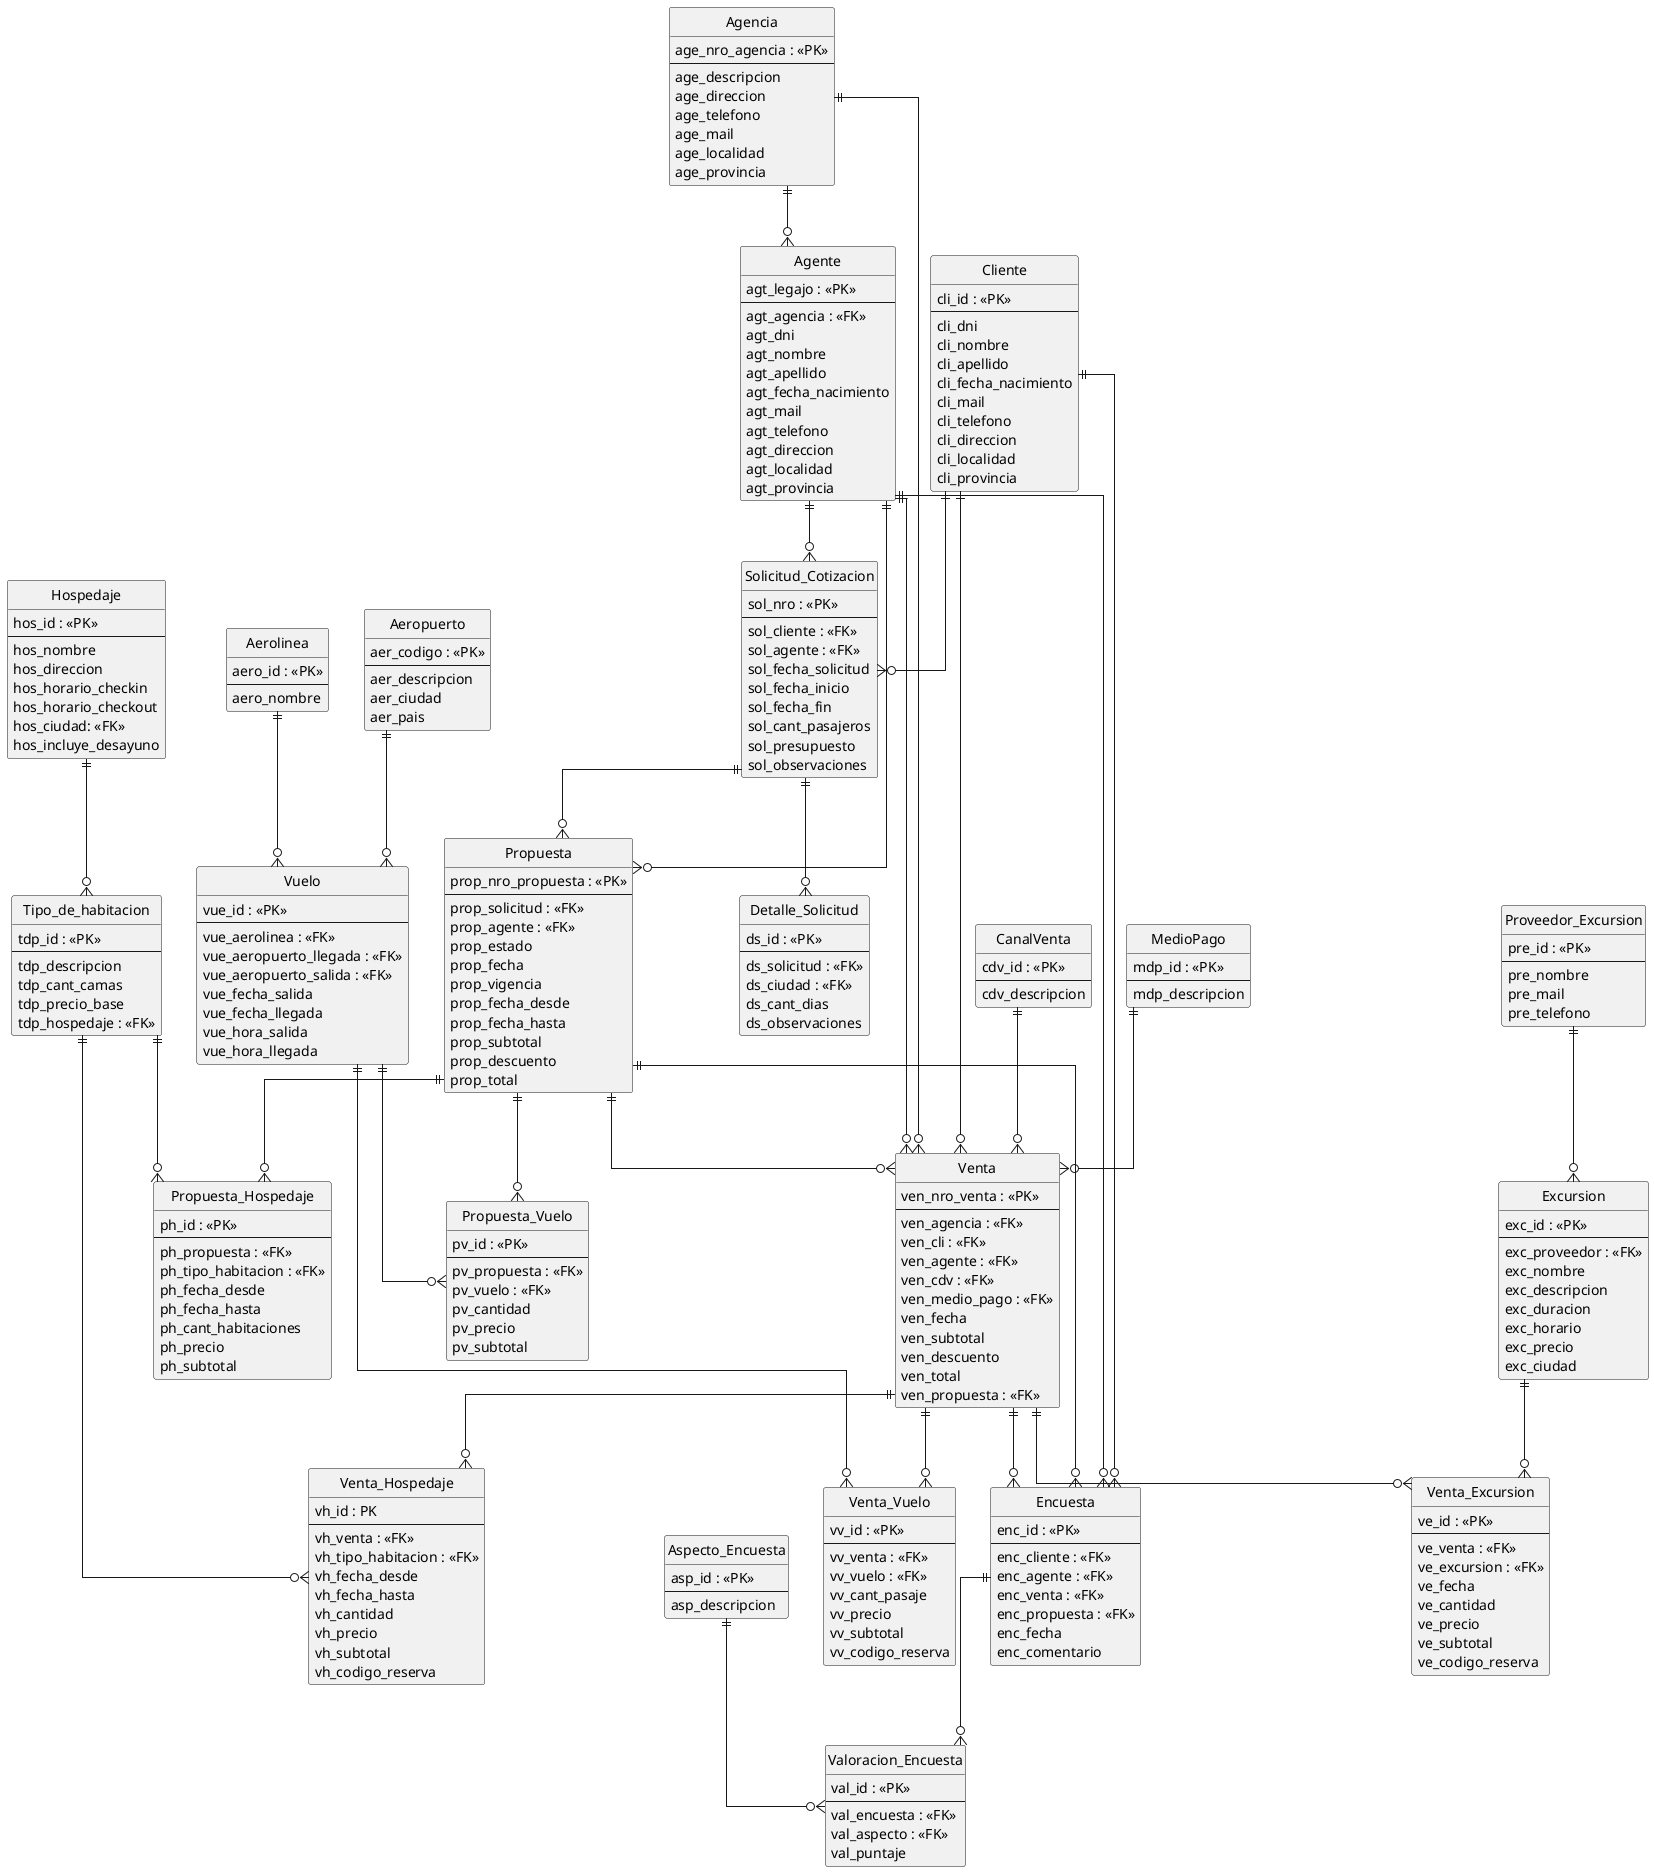
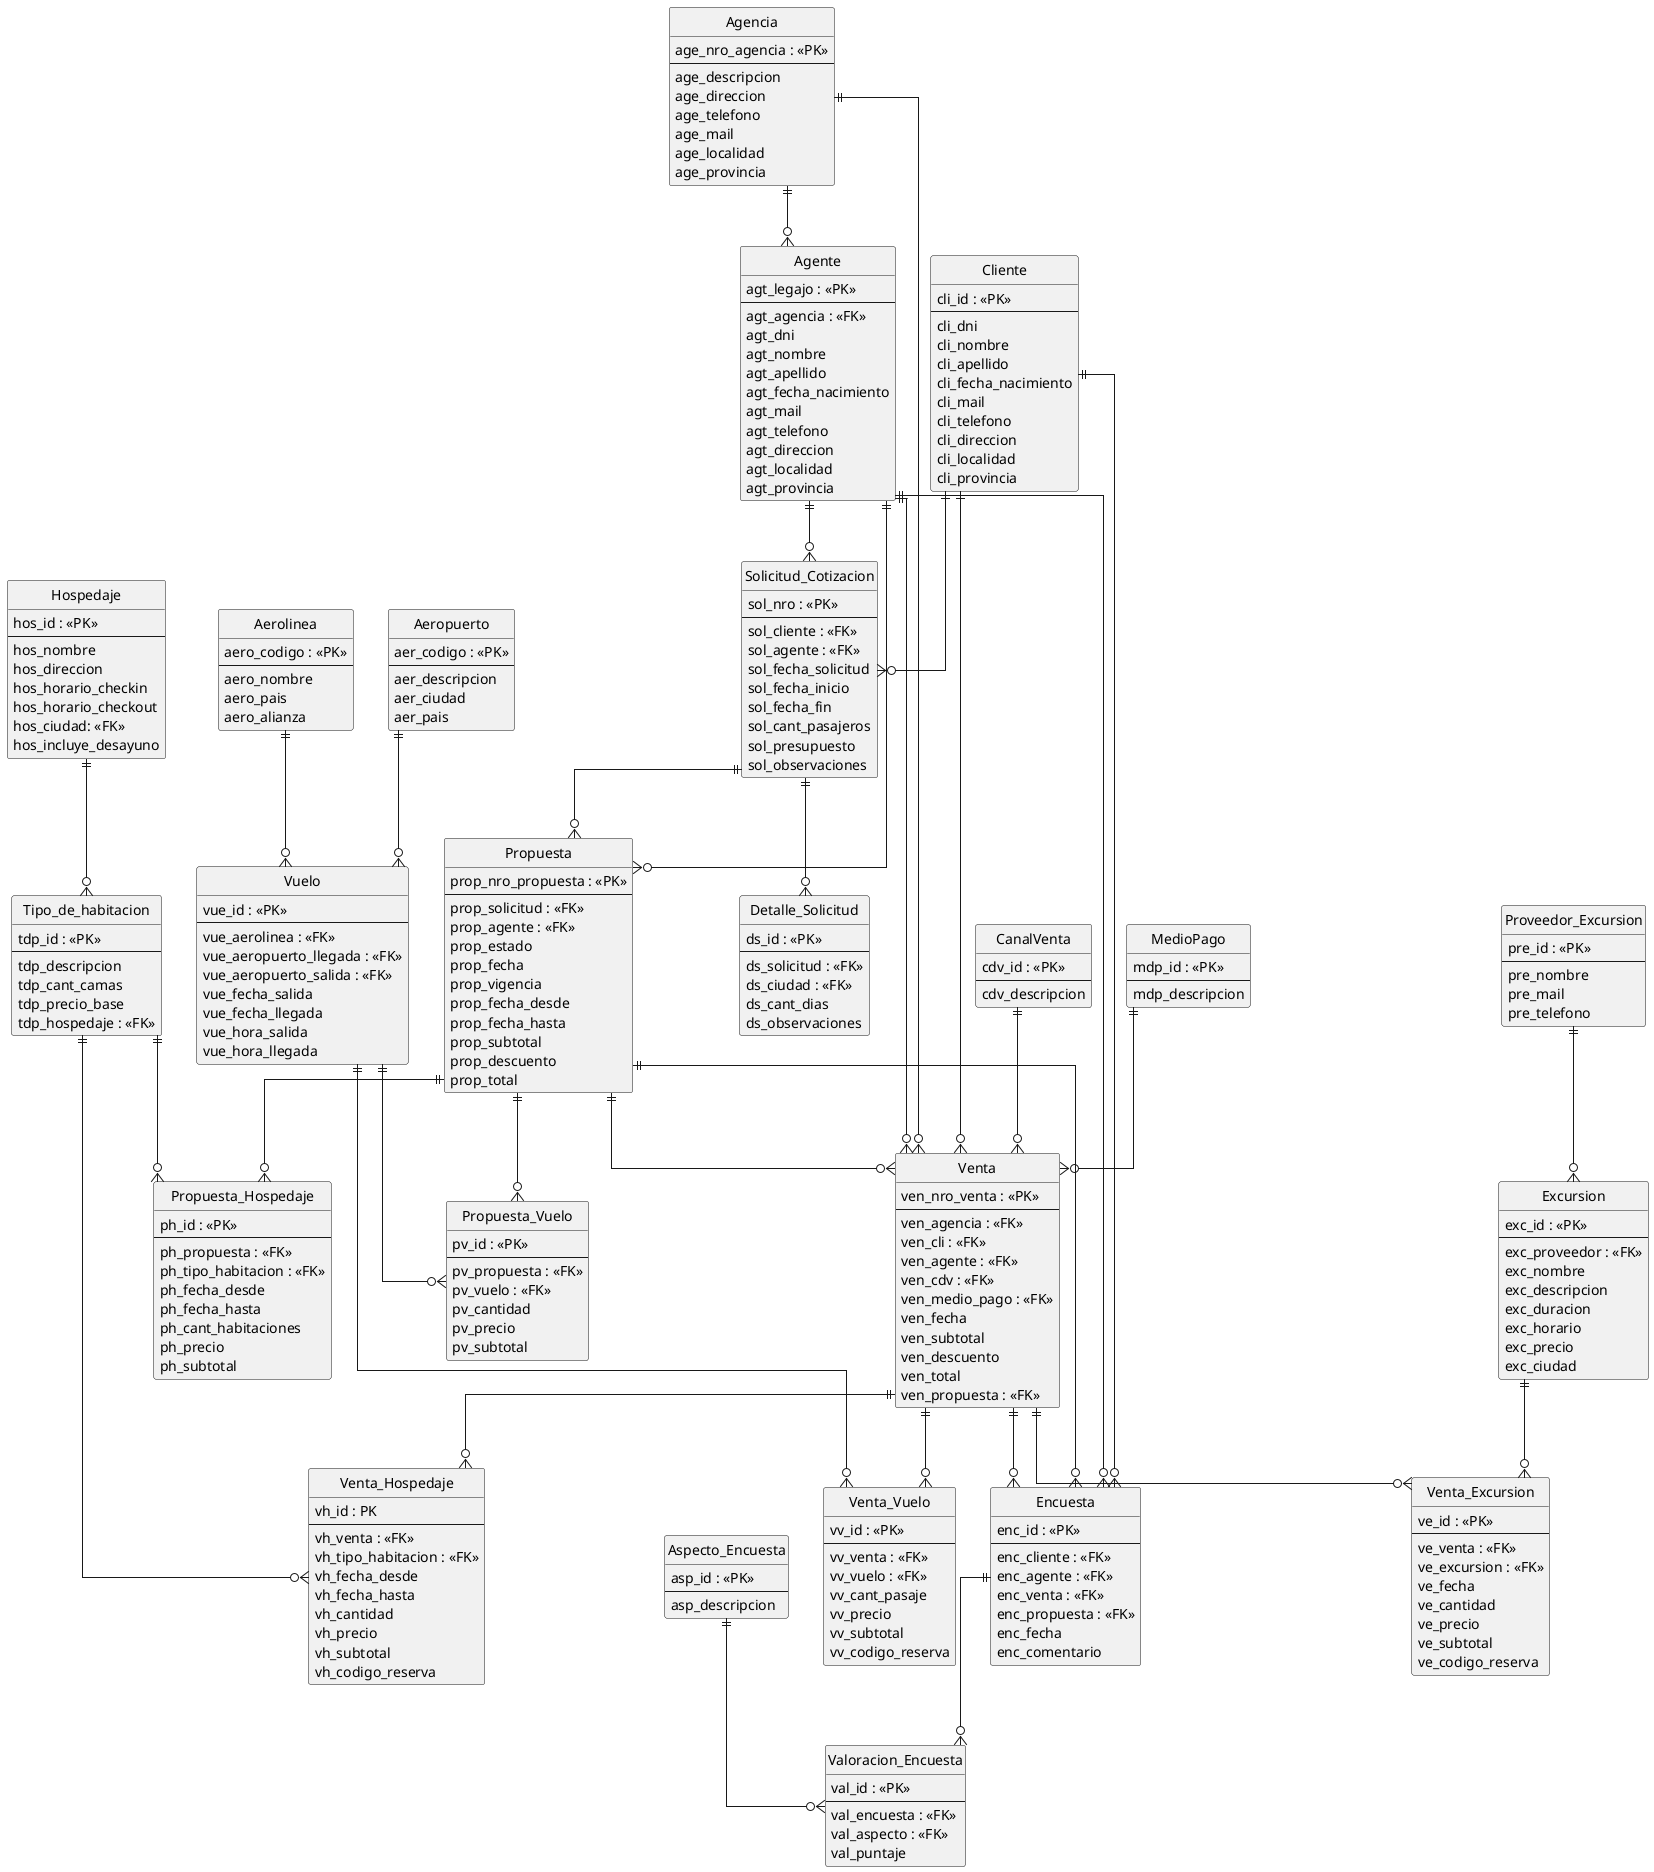
@startuml
hide circle
skinparam linetype ortho

entity Agencia {
  age_nro_agencia : <<PK>>
  --
  age_descripcion
  age_direccion
  age_telefono
  age_mail
  age_localidad
  age_provincia
}

entity Cliente {
  cli_id : <<PK>>
  --
  cli_dni
  cli_nombre
  cli_apellido
  cli_fecha_nacimiento
  cli_mail
  cli_telefono
  cli_direccion
  cli_localidad
  cli_provincia
}

entity Agente {
  agt_legajo : <<PK>>
  --
  agt_agencia : <<FK>>
  agt_dni
  agt_nombre
  agt_apellido
  agt_fecha_nacimiento
  agt_mail
  agt_telefono
  agt_direccion
  agt_localidad
  agt_provincia
}

entity CanalVenta {
  cdv_id : <<PK>>
  --
  cdv_descripcion
}

entity MedioPago {
  mdp_id : <<PK>>
  --
  mdp_descripcion
}

entity Aerolinea {
-   aero_id : <<PK>>
+   aero_codigo : <<PK>>
  --
  aero_nombre
+   aero_pais
+   aero_alianza
}

entity Aeropuerto {
  aer_codigo : <<PK>>
  --
  aer_descripcion
  aer_ciudad
  aer_pais
}

entity Vuelo {
  vue_id : <<PK>>
  --
  vue_aerolinea : <<FK>>
  vue_aeropuerto_llegada : <<FK>>
  vue_aeropuerto_salida : <<FK>>
  vue_fecha_salida
  vue_fecha_llegada
  vue_hora_salida
  vue_hora_llegada
}

entity Hospedaje {
  hos_id : <<PK>>
  --
  hos_nombre
  hos_direccion
  hos_horario_checkin
  hos_horario_checkout
  hos_ciudad: <<FK>>
  hos_incluye_desayuno
}

entity Tipo_de_habitacion {
  tdp_id : <<PK>>
  --
  tdp_descripcion
  tdp_cant_camas
  tdp_precio_base
  tdp_hospedaje : <<FK>>
}

entity Proveedor_Excursion {
  pre_id : <<PK>>
  --
  pre_nombre
  pre_mail
  pre_telefono
}

entity Excursion {
  exc_id : <<PK>>
  --
  exc_proveedor : <<FK>>
  exc_nombre
  exc_descripcion
  exc_duracion
  exc_horario
  exc_precio
  exc_ciudad
}

entity Venta {
  ven_nro_venta : <<PK>>
  --
  ven_agencia : <<FK>>
  ven_cli : <<FK>>
  ven_agente : <<FK>>
  ven_cdv : <<FK>>
  ven_medio_pago : <<FK>>
  ven_fecha
  ven_subtotal
  ven_descuento
  ven_total
  ven_propuesta : <<FK>>
}

entity Venta_Vuelo {
  vv_id : <<PK>>
  --
  vv_venta : <<FK>>
  vv_vuelo : <<FK>>
  vv_cant_pasaje
  vv_precio
  vv_subtotal
  vv_codigo_reserva
}

entity Venta_Hospedaje {
  vh_id : PK
  --
  vh_venta : <<FK>>
  vh_tipo_habitacion : <<FK>>
  vh_fecha_desde
  vh_fecha_hasta
  vh_cantidad
  vh_precio
  vh_subtotal
  vh_codigo_reserva
}

entity Venta_Excursion {
  ve_id : <<PK>>
  --
  ve_venta : <<FK>>
  ve_excursion : <<FK>>
  ve_fecha
  ve_cantidad
  ve_precio
  ve_subtotal
  ve_codigo_reserva
}

entity Solicitud_Cotizacion {
  sol_nro : <<PK>>
  --
  sol_cliente : <<FK>>
  sol_agente : <<FK>>
  sol_fecha_solicitud
  sol_fecha_inicio
  sol_fecha_fin
  sol_cant_pasajeros
  sol_presupuesto
  sol_observaciones
}

entity Detalle_Solicitud {
  ds_id : <<PK>>
  --
  ds_solicitud : <<FK>>
  ds_ciudad : <<FK>>
  ds_cant_dias
  ds_observaciones
}

entity Propuesta {
  prop_nro_propuesta : <<PK>>
  --
  prop_solicitud : <<FK>>
  prop_agente : <<FK>>
  prop_estado
  prop_fecha
  prop_vigencia
  prop_fecha_desde
  prop_fecha_hasta
  prop_subtotal
  prop_descuento
  prop_total
}

entity Propuesta_Vuelo {
  pv_id : <<PK>>
  --
  pv_propuesta : <<FK>>
  pv_vuelo : <<FK>>
  pv_cantidad
  pv_precio
  pv_subtotal
}

entity Propuesta_Hospedaje {
  ph_id : <<PK>>
  --
  ph_propuesta : <<FK>>
  ph_tipo_habitacion : <<FK>>
  ph_fecha_desde
  ph_fecha_hasta
  ph_cant_habitaciones
  ph_precio
  ph_subtotal
}

entity Encuesta {
  enc_id : <<PK>>
  --
  enc_cliente : <<FK>>
  enc_agente : <<FK>>
  enc_venta : <<FK>>
  enc_propuesta : <<FK>>
  enc_fecha
  enc_comentario
}

entity Aspecto_Encuesta {
  asp_id : <<PK>>
  --
  asp_descripcion
}

entity Valoracion_Encuesta {
  val_id : <<PK>>
  --
  val_encuesta : <<FK>>
  val_aspecto : <<FK>>
  val_puntaje
}

Agencia ||--o{ Agente
Agencia ||--o{ Venta

Cliente ||--o{ Venta
Cliente ||--o{ Solicitud_Cotizacion
Cliente ||--o{ Encuesta

Agente ||--o{ Venta
Agente ||--o{ Solicitud_Cotizacion
Agente ||--o{ Propuesta
Agente ||--o{ Encuesta

CanalVenta ||--o{ Venta
MedioPago ||--o{ Venta

Aerolinea ||--o{ Vuelo
Aeropuerto ||--o{ Vuelo

Hospedaje ||--o{ Tipo_de_habitacion

Proveedor_Excursion ||--o{ Excursion

Venta ||--o{ Venta_Vuelo
Venta ||--o{ Venta_Hospedaje
Venta ||--o{ Venta_Excursion

Vuelo ||--o{ Venta_Vuelo
Tipo_de_habitacion ||--o{ Venta_Hospedaje
Excursion ||--o{ Venta_Excursion

Solicitud_Cotizacion ||--o{ Detalle_Solicitud
Solicitud_Cotizacion ||--o{ Propuesta

Propuesta ||--o{ Propuesta_Vuelo
Propuesta ||--o{ Propuesta_Hospedaje

Vuelo ||--o{ Propuesta_Vuelo
Tipo_de_habitacion ||--o{ Propuesta_Hospedaje

Propuesta ||--o{ Venta

Encuesta ||--o{ Valoracion_Encuesta
Aspecto_Encuesta ||--o{ Valoracion_Encuesta

Venta ||--o{ Encuesta
Propuesta ||--o{ Encuesta


@enduml
